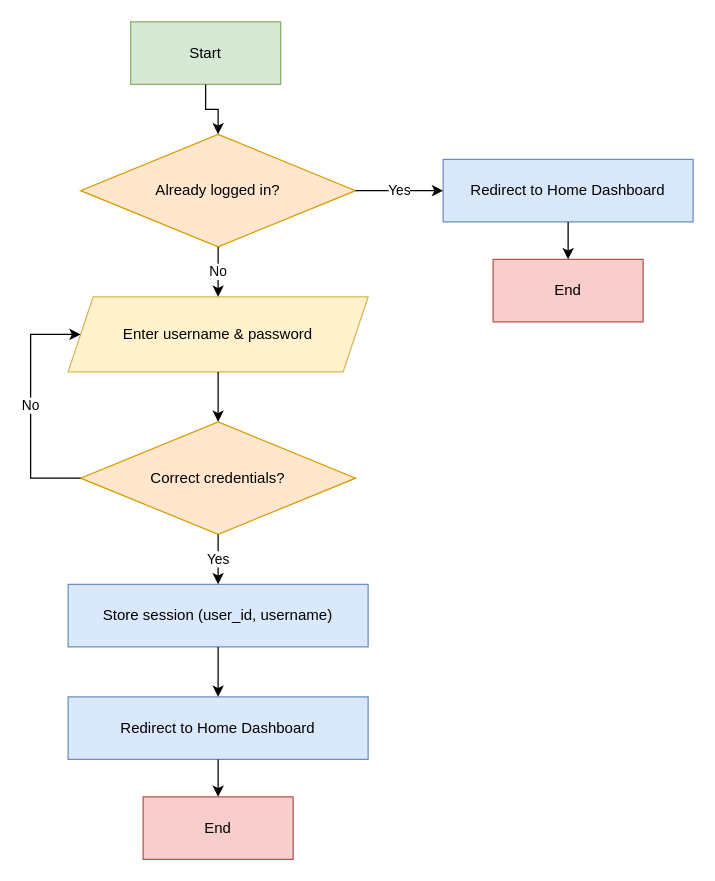
The draw.io diagram page "3. Login Page" (3 of 10) of docs/flowcharts.drawio in hanna-cpu/nea_fitness_tracker, before the edit. Source tidied: cells renumbered, new cells numbered last; positions are measured from the earlier drawing's top-left corner, leaving out a move shared by most shapes. Both pictures are drawn from the tidied source at 125%, with x=0, y=0 at pixel (30, 21).
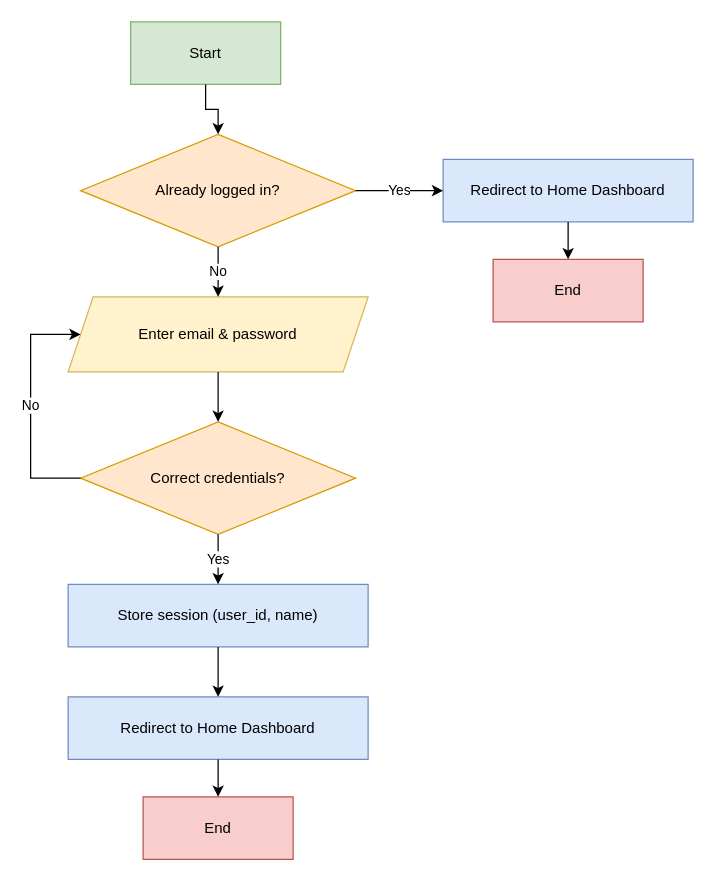
The same diagram, later.

What changed in the source:
```diff
@@
-    <mxCell id="6" value="Enter username &amp; password" style="shape=parallelogram;perimeter=parallelogramPerimeter;whiteSpace=wrap;html=1;fixedSize=1;fillColor=#fff2cc;strokeColor=#d6b656;" parent="1" vertex="1">
+    <mxCell id="6" value="Enter email &amp; password" style="shape=parallelogram;perimeter=parallelogramPerimeter;whiteSpace=wrap;html=1;fixedSize=1;fillColor=#fff2cc;strokeColor=#d6b656;" parent="1" vertex="1">
       <mxGeometry x="30" y="220" width="240" height="60" as="geometry" />
     </mxCell>
@@
-    <mxCell id="8" value="Store session (user_id, username)" style="rounded=0;whiteSpace=wrap;html=1;fillColor=#dae8fc;strokeColor=#6c8ebf;" parent="1" vertex="1">
+    <mxCell id="8" value="Store session (user_id, name)" style="rounded=0;whiteSpace=wrap;html=1;fillColor=#dae8fc;strokeColor=#6c8ebf;" parent="1" vertex="1">
       <mxGeometry x="30" y="450" width="240" height="50" as="geometry" />
     </mxCell>
```
